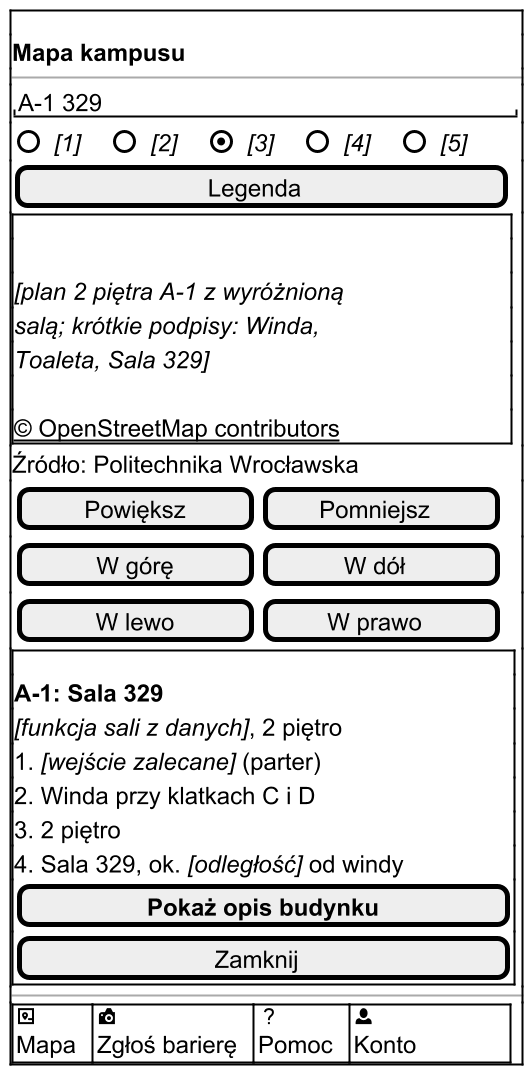
Before: docs/docs/_generated/m-v1-mapa-sala.png, a diagram exported from PlantUML (dostepny-kampus/dostepny-kampus).
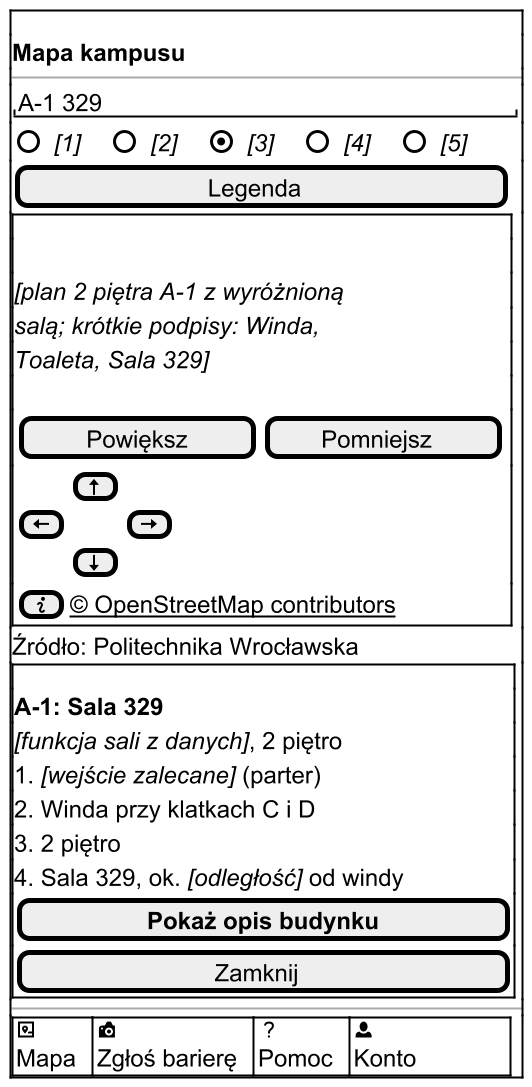
The same file after the commit.

Diff of the diagram source:
```diff
@@ -7,9 +7,8 @@
 $pole_tekstowe("A-1 329")
 $pietra(3)
 $przycisk("Legenda")
-$mapa("plan 2 piętra A-1 z wyróżnioną salą; krótkie podpisy: Winda, Toaleta, Sala 329")
+$mapa("plan 2 piętra A-1 z wyróżnioną salą; krótkie podpisy: Winda, Toaleta, Sala 329", "", "info")
 Źródło: Politechnika Wrocławska
-$przyciski_mapy()
 $ramka()
 <b>A-1: Sala 329</b>
 <i>[funkcja sali z danych]</i>, 2 piętro
```
